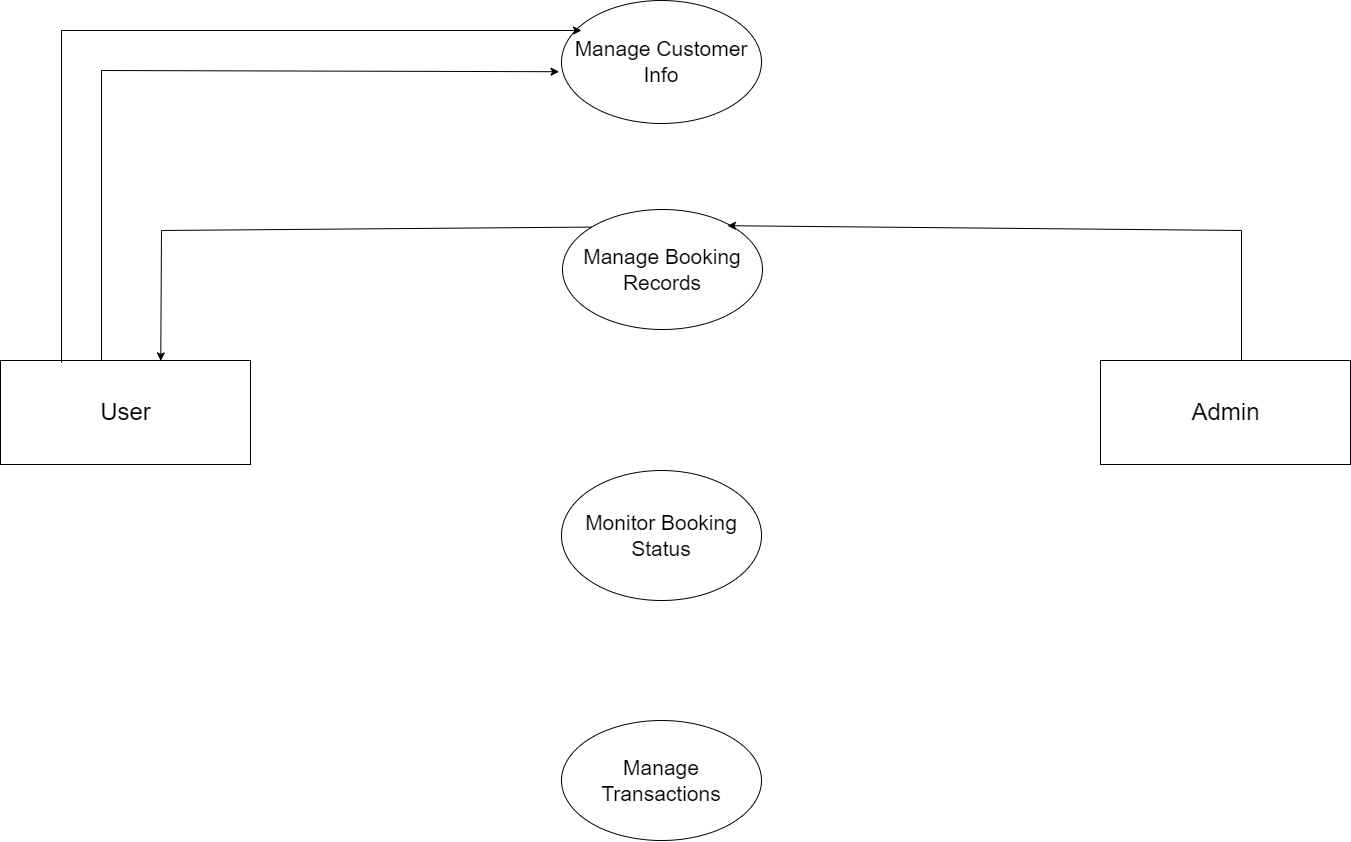
MNMTH/Test3 keeps this draw.io diagram as lvl1dfd.drawio.png. Above is the earlier version. Source tidied: cells renumbered, new cells last; positions are measured from the earlier drawing's top-left corner, leaving out a move shared by most shapes.
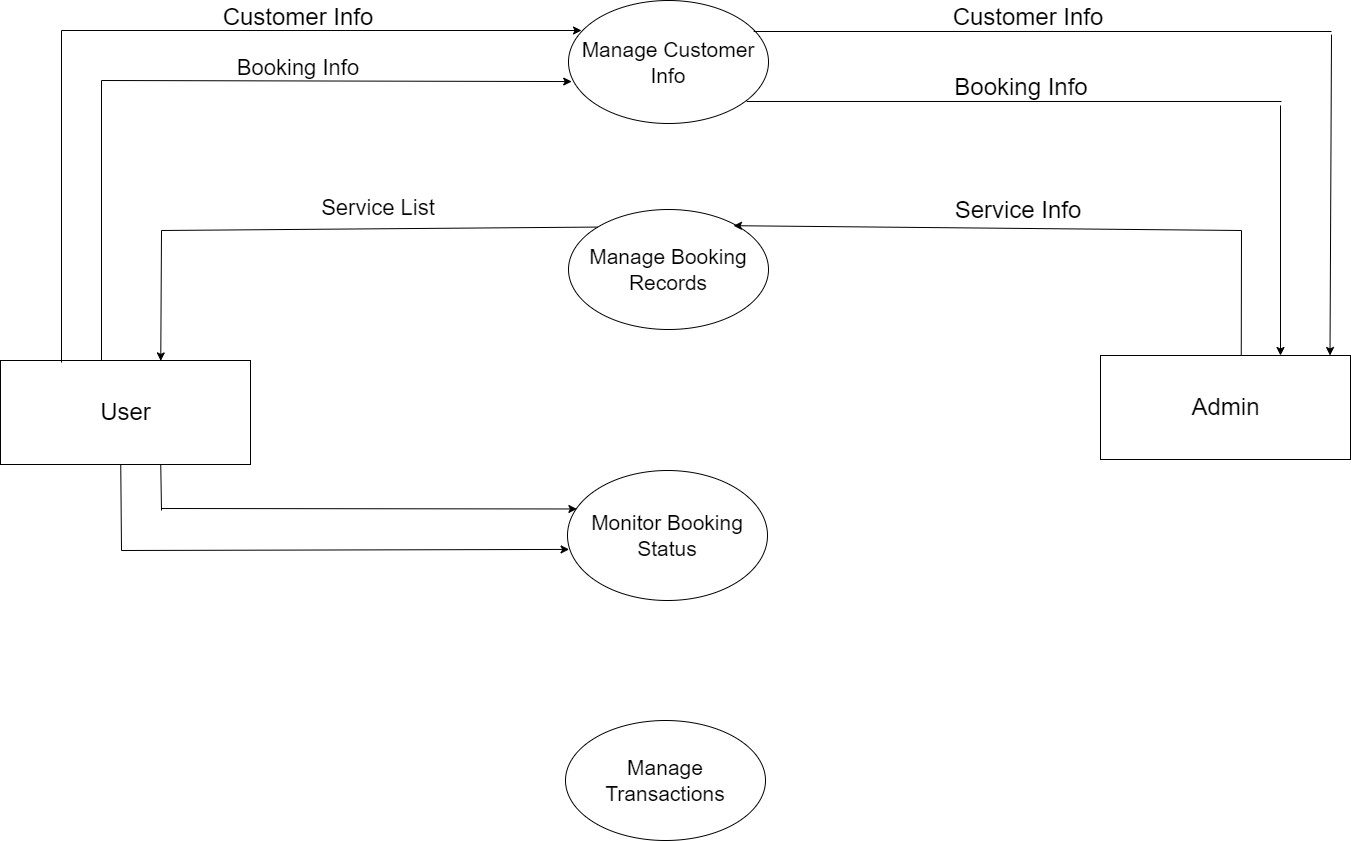
After the commit.

The edit, as a diff of the source:
```diff
@@ -6,28 +6,28 @@
       <mxGeometry y="360" width="250" height="104" as="geometry" />
     </mxCell>
     <mxCell id="3" value="&lt;font style=&quot;font-size: 21px;&quot;&gt;Manage Customer&lt;br&gt;Info&lt;br&gt;&lt;/font&gt;" style="ellipse;whiteSpace=wrap;html=1;align=center;" parent="1" vertex="1">
-      <mxGeometry x="561" width="200" height="123" as="geometry" />
+      <mxGeometry x="568" width="200" height="123" as="geometry" />
     </mxCell>
     <mxCell id="4" value="&lt;font style=&quot;font-size: 21px;&quot;&gt;Manage Booking&lt;br&gt;Records&lt;br&gt;&lt;/font&gt;" style="ellipse;whiteSpace=wrap;html=1;align=center;" parent="1" vertex="1">
-      <mxGeometry x="562" y="209" width="200" height="120" as="geometry" />
+      <mxGeometry x="568" y="209" width="200" height="120" as="geometry" />
     </mxCell>
     <mxCell id="5" value="&lt;font style=&quot;font-size: 21px;&quot;&gt;Monitor Booking&lt;br&gt;Status&lt;br&gt;&lt;/font&gt;" style="ellipse;whiteSpace=wrap;html=1;align=center;" parent="1" vertex="1">
-      <mxGeometry x="561" y="470" width="200" height="130" as="geometry" />
+      <mxGeometry x="567" y="470" width="200" height="130" as="geometry" />
     </mxCell>
     <mxCell id="6" value="&lt;font style=&quot;font-size: 21px;&quot;&gt;Manage Transactions&lt;/font&gt;" style="ellipse;whiteSpace=wrap;html=1;align=center;" parent="1" vertex="1">
-      <mxGeometry x="561" y="720" width="200" height="120" as="geometry" />
+      <mxGeometry x="565" y="720" width="200" height="120" as="geometry" />
     </mxCell>
     <mxCell id="7" value="&lt;span style=&quot;font-size: 24px;&quot;&gt;Admin&lt;/span&gt;" style="html=1;dashed=0;whitespace=wrap;" parent="1" vertex="1">
-      <mxGeometry x="1100" y="360" width="250" height="104" as="geometry" />
+      <mxGeometry x="1100" y="355" width="250" height="104" as="geometry" />
     </mxCell>
-    <mxCell id="8" style="endArrow=classic;html=1;rounded=0;fontSize=24;entryX=-0.012;entryY=0.579;entryDx=0;entryDy=0;entryPerimeter=0;" parent="1" edge="1" target="3">
+    <mxCell id="8" style="endArrow=classic;html=1;rounded=0;fontSize=24;entryX=0.016;entryY=0.659;entryDx=0;entryDy=0;entryPerimeter=0;" parent="1" edge="1" target="3">
       <mxGeometry relative="1" as="geometry">
-        <mxPoint x="101" y="70" as="sourcePoint" />
+        <mxPoint x="101" y="80" as="sourcePoint" />
       </mxGeometry>
     </mxCell>
     <mxCell id="9" style="endArrow=none;html=1;rounded=0;fontSize=24;" parent="1" edge="1">
       <mxGeometry relative="1" as="geometry">
-        <mxPoint x="101" y="70" as="sourcePoint" />
+        <mxPoint x="101" y="80" as="sourcePoint" />
         <mxPoint x="101" y="360" as="targetPoint" />
       </mxGeometry>
     </mxCell>
@@ -58,11 +58,72 @@
         <mxPoint x="1241" y="230" as="sourcePoint" />
       </mxGeometry>
     </mxCell>
-    <mxCell id="15" style="endArrow=none;html=1;rounded=0;fontSize=24;" parent="1" edge="1">
+    <mxCell id="15" style="endArrow=none;html=1;rounded=0;fontSize=24;entryX=0.563;entryY=0.003;entryDx=0;entryDy=0;entryPerimeter=0;" parent="1" edge="1" target="7">
       <mxGeometry relative="1" as="geometry">
         <mxPoint x="1241" y="230" as="sourcePoint" />
-        <mxPoint x="1241" y="360" as="targetPoint" />
       </mxGeometry>
     </mxCell>
+    <mxCell id="16" style="endArrow=none;html=1;rounded=0;fontSize=24;exitX=0.926;exitY=0.252;exitDx=0;exitDy=0;exitPerimeter=0;" parent="1" edge="1" source="3">
+      <mxGeometry relative="1" as="geometry">
+        <mxPoint x="1331" y="31" as="targetPoint" />
+      </mxGeometry>
+    </mxCell>
+    <mxCell id="17" style="endArrow=classic;html=1;rounded=0;fontSize=24;entryX=0.718;entryY=-0.04;entryDx=0;entryDy=0;entryPerimeter=0;" parent="1" edge="1">
+      <mxGeometry relative="1" as="geometry">
+        <mxPoint x="1331" y="34.2" as="sourcePoint" />
+        <mxPoint x="1329.5" y="355" as="targetPoint" />
+      </mxGeometry>
+    </mxCell>
+    <mxCell id="18" style="endArrow=none;html=1;rounded=0;fontSize=24;exitX=0.926;exitY=0.252;exitDx=0;exitDy=0;exitPerimeter=0;" parent="1" edge="1">
+      <mxGeometry relative="1" as="geometry">
+        <mxPoint x="746.2" y="101" as="sourcePoint" />
+        <mxPoint x="1281" y="101" as="targetPoint" />
+      </mxGeometry>
+    </mxCell>
+    <mxCell id="19" style="endArrow=classic;html=1;rounded=0;fontSize=24;" parent="1" edge="1">
+      <mxGeometry relative="1" as="geometry">
+        <mxPoint x="1280" y="105" as="sourcePoint" />
+        <mxPoint x="1280" y="355" as="targetPoint" />
+      </mxGeometry>
+    </mxCell>
+    <mxCell id="20" value="Customer Info" style="text;html=1;strokeColor=none;fillColor=none;align=center;verticalAlign=middle;whiteSpace=wrap;rounded=0;fontSize=24;" parent="1" vertex="1">
+      <mxGeometry x="948" y="2" width="160" height="30" as="geometry" />
+    </mxCell>
+    <mxCell id="21" value="Booking Info" style="text;html=1;strokeColor=none;fillColor=none;align=center;verticalAlign=middle;whiteSpace=wrap;rounded=0;fontSize=24;" parent="1" vertex="1">
+      <mxGeometry x="941" y="72" width="160" height="30" as="geometry" />
+    </mxCell>
+    <mxCell id="22" value="Service Info" style="text;html=1;strokeColor=none;fillColor=none;align=center;verticalAlign=middle;whiteSpace=wrap;rounded=0;fontSize=24;" parent="1" vertex="1">
+      <mxGeometry x="938" y="195" width="160" height="30" as="geometry" />
+    </mxCell>
+    <mxCell id="23" style="endArrow=classic;html=1;rounded=0;fontSize=24;entryX=0.047;entryY=0.296;entryDx=0;entryDy=0;entryPerimeter=0;" parent="1" edge="1" target="5">
+      <mxGeometry relative="1" as="geometry">
+        <mxPoint x="161" y="508" as="sourcePoint" />
+      </mxGeometry>
+    </mxCell>
+    <mxCell id="24" style="endArrow=none;html=1;rounded=0;fontSize=24;exitX=0.641;exitY=1.002;exitDx=0;exitDy=0;exitPerimeter=0;" parent="1" edge="1" source="2">
+      <mxGeometry relative="1" as="geometry">
+        <mxPoint x="161" y="510" as="targetPoint" />
+      </mxGeometry>
+    </mxCell>
+    <mxCell id="25" value="Customer Info" style="text;html=1;strokeColor=none;fillColor=none;align=center;verticalAlign=middle;whiteSpace=wrap;rounded=0;fontSize=24;" parent="1" vertex="1">
+      <mxGeometry x="218" y="2" width="160" height="30" as="geometry" />
+    </mxCell>
+    <mxCell id="26" value="&lt;font style=&quot;font-size: 22px;&quot;&gt;Booking Info&lt;/font&gt;" style="text;html=1;strokeColor=none;fillColor=none;align=center;verticalAlign=middle;whiteSpace=wrap;rounded=0;fontSize=24;" parent="1" vertex="1">
+      <mxGeometry x="218" y="52" width="160" height="30" as="geometry" />
+    </mxCell>
+    <mxCell id="27" value="&lt;font style=&quot;font-size: 22px;&quot;&gt;Service List&lt;/font&gt;" style="text;html=1;strokeColor=none;fillColor=none;align=center;verticalAlign=middle;whiteSpace=wrap;rounded=0;fontSize=24;" parent="1" vertex="1">
+      <mxGeometry x="298" y="192" width="160" height="30" as="geometry" />
+    </mxCell>
+    <mxCell id="28" style="endArrow=none;html=1;rounded=0;fontSize=24;exitX=0.641;exitY=1.002;exitDx=0;exitDy=0;exitPerimeter=0;" parent="1" edge="1">
+      <mxGeometry relative="1" as="geometry">
+        <mxPoint x="120.2" y="464.2" as="sourcePoint" />
+        <mxPoint x="121" y="550" as="targetPoint" />
+      </mxGeometry>
+    </mxCell>
+    <mxCell id="29" style="endArrow=classic;html=1;rounded=0;fontSize=24;entryX=0.008;entryY=0.607;entryDx=0;entryDy=0;entryPerimeter=0;" parent="1" edge="1" target="5">
+      <mxGeometry relative="1" as="geometry">
+        <mxPoint x="121" y="550" as="sourcePoint" />
+      </mxGeometry>
+    </mxCell>
   </root>
 </mxGraphModel>
```
